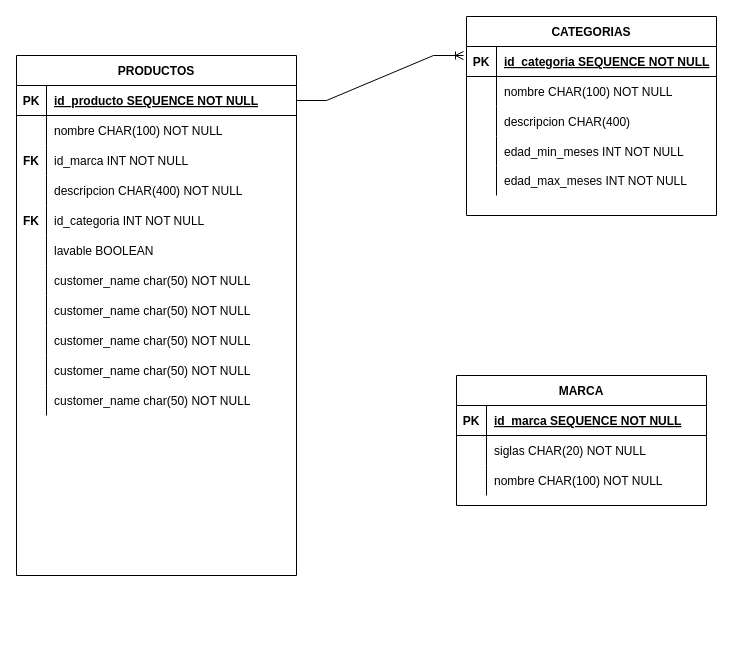
This is DALU_ER_DB.drawio from Baer09/Dalu, a draw.io file, before an edit. Source tidied: cells renumbered, new cells numbered last; positions are measured from the earlier drawing's top-left corner, leaving out a move shared by most shapes. Both pictures are drawn from the tidied source at 100%, with x=0, y=0 at pixel (16, 16).
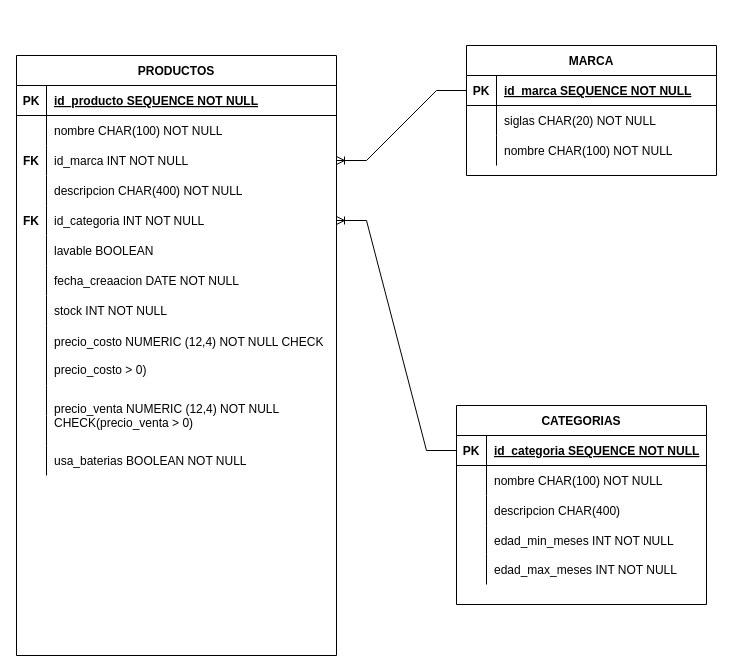
The same diagram, later.

Commit message:
diagrama ER terminado

The change refers to these unchanged cells:
```xml
<mxCell id="3" style="shape=partialRectangle;fillColor=none;points=[[0,0.5],[1,0.5]];portConstraint=eastwest;top=0;left=0;right=0;bottom=1;" parent="2" vertex="1">
  <mxGeometry y="30" width="250" height="30" as="geometry" />
</mxCell>
<mxCell id="19" style="shape=partialRectangle;fillColor=none;points=[[0,0.5],[1,0.5]];portConstraint=eastwest;top=0;left=0;right=0;bottom=1;" parent="18" vertex="1">
  <mxGeometry y="30" width="250" height="30" as="geometry" />
</mxCell>
```

The edit, as a diff of the source:
```diff
@@
     <mxCell id="2" value="CATEGORIAS" style="shape=table;startSize=30;childLayout=tableLayout;rowLines=0;fontStyle=1;align=center;" parent="1" vertex="1">
-      <mxGeometry x="450" width="250" height="199" as="geometry" />
+      <mxGeometry x="440" y="389" width="250" height="199" as="geometry" />
     </mxCell>
@@
     <mxCell id="18" value="MARCA" style="shape=table;startSize=30;childLayout=tableLayout;rowLines=0;fontStyle=1;align=center;" parent="1" vertex="1">
-      <mxGeometry x="440" y="359" width="250" height="130" as="geometry" />
+      <mxGeometry x="450" y="29" width="250" height="130" as="geometry" />
     </mxCell>
@@
     <mxCell id="28" value="PRODUCTOS" style="shape=table;startSize=30;childLayout=tableLayout;rowLines=0;fontStyle=1;align=center;" parent="1" vertex="1">
-      <mxGeometry y="39" width="280" height="520" as="geometry" />
+      <mxGeometry y="39" width="320" height="600" as="geometry" />
     </mxCell>
     <mxCell id="29" style="shape=partialRectangle;fillColor=none;points=[[0,0.5],[1,0.5]];portConstraint=eastwest;top=0;left=0;right=0;bottom=1;" parent="28" vertex="1">
-      <mxGeometry y="30" width="280" height="30" as="geometry" />
+      <mxGeometry y="30" width="320" height="30" as="geometry" />
     </mxCell>
@@
     <mxCell id="31" value="id_producto SEQUENCE NOT NULL" style="shape=partialRectangle;overflow=hidden;fillColor=none;top=0;left=0;bottom=0;right=0;align=left;spacingLeft=6;fontStyle=5;" parent="29" vertex="1">
-      <mxGeometry x="30" width="250" height="30" as="geometry" />
+      <mxGeometry x="30" width="290" height="30" as="geometry" />
     </mxCell>
     <mxCell id="32" style="shape=partialRectangle;fillColor=none;top=0;left=0;right=0;bottom=0;" parent="28" vertex="1">
-      <mxGeometry y="60" width="280" height="30" as="geometry" />
+      <mxGeometry y="60" width="320" height="30" as="geometry" />
     </mxCell>
@@
     <mxCell id="34" value="nombre CHAR(100) NOT NULL" style="shape=partialRectangle;overflow=hidden;fillColor=none;top=0;left=0;bottom=0;right=0;align=left;spacingLeft=6;" parent="32" vertex="1">
-      <mxGeometry x="30" width="250" height="30" as="geometry" />
+      <mxGeometry x="30" width="290" height="30" as="geometry" />
     </mxCell>
     <mxCell id="35" style="shape=partialRectangle;fillColor=none;points=[[0,0.5],[1,0.5]];portConstraint=eastwest;top=0;left=0;right=0;bottom=0;" parent="28" vertex="1">
-      <mxGeometry y="90" width="280" height="30" as="geometry" />
+      <mxGeometry y="90" width="320" height="30" as="geometry" />
     </mxCell>
@@
     <mxCell id="37" value="id_marca INT NOT NULL" style="shape=partialRectangle;overflow=hidden;fillColor=none;top=0;left=0;bottom=0;right=0;align=left;spacingLeft=6;" parent="35" vertex="1">
-      <mxGeometry x="30" width="250" height="30" as="geometry" />
+      <mxGeometry x="30" width="290" height="30" as="geometry" />
     </mxCell>
     <mxCell id="38" style="shape=partialRectangle;fillColor=none;top=0;left=0;right=0;bottom=0;" parent="28" vertex="1">
-      <mxGeometry y="120" width="280" height="30" as="geometry" />
+      <mxGeometry y="120" width="320" height="30" as="geometry" />
     </mxCell>
@@
     <mxCell id="40" value="descripcion CHAR(400) NOT NULL" style="shape=partialRectangle;overflow=hidden;fillColor=none;top=0;left=0;bottom=0;right=0;align=left;spacingLeft=6;" parent="38" vertex="1">
-      <mxGeometry x="30" width="250" height="30" as="geometry" />
+      <mxGeometry x="30" width="290" height="30" as="geometry" />
     </mxCell>
     <mxCell id="41" style="shape=partialRectangle;fillColor=none;points=[[0,0.5],[1,0.5]];portConstraint=eastwest;top=0;left=0;right=0;bottom=0;" parent="28" vertex="1">
-      <mxGeometry y="150" width="280" height="30" as="geometry" />
+      <mxGeometry y="150" width="320" height="30" as="geometry" />
     </mxCell>
@@
     <mxCell id="43" value="id_categoria INT NOT NULL" style="shape=partialRectangle;overflow=hidden;fillColor=none;top=0;left=0;bottom=0;right=0;align=left;spacingLeft=6;" parent="41" vertex="1">
-      <mxGeometry x="30" width="250" height="30" as="geometry" />
+      <mxGeometry x="30" width="290" height="30" as="geometry" />
     </mxCell>
     <mxCell id="44" style="shape=partialRectangle;fillColor=none;top=0;left=0;right=0;bottom=0;" parent="28" vertex="1">
-      <mxGeometry y="180" width="280" height="30" as="geometry" />
+      <mxGeometry y="180" width="320" height="30" as="geometry" />
     </mxCell>
@@
     <mxCell id="46" value="lavable BOOLEAN" style="shape=partialRectangle;overflow=hidden;fillColor=none;top=0;left=0;bottom=0;right=0;align=left;spacingLeft=6;" parent="44" vertex="1">
-      <mxGeometry x="30" width="250" height="30" as="geometry" />
+      <mxGeometry x="30" width="290" height="30" as="geometry" />
     </mxCell>
     <mxCell id="47" style="shape=partialRectangle;fillColor=none;top=0;left=0;right=0;bottom=0;" parent="28" vertex="1">
-      <mxGeometry y="210" width="280" height="30" as="geometry" />
+      <mxGeometry y="210" width="320" height="30" as="geometry" />
     </mxCell>
@@
-    <mxCell id="49" value="customer_name char(50) NOT NULL" style="shape=partialRectangle;overflow=hidden;fillColor=none;top=0;left=0;bottom=0;right=0;align=left;spacingLeft=6;" parent="47" vertex="1">
-      <mxGeometry x="30" width="250" height="30" as="geometry" />
+    <mxCell id="49" value="fecha_creaacion DATE NOT NULL" style="shape=partialRectangle;overflow=hidden;fillColor=none;top=0;left=0;bottom=0;right=0;align=left;spacingLeft=6;" parent="47" vertex="1">
+      <mxGeometry x="30" width="290" height="30" as="geometry" />
     </mxCell>
     <mxCell id="50" style="shape=partialRectangle;fillColor=none;top=0;left=0;right=0;bottom=0;" parent="28" vertex="1">
-      <mxGeometry y="240" width="280" height="30" as="geometry" />
+      <mxGeometry y="240" width="320" height="30" as="geometry" />
     </mxCell>
@@
-    <mxCell id="52" value="customer_name char(50) NOT NULL" style="shape=partialRectangle;overflow=hidden;fillColor=none;top=0;left=0;bottom=0;right=0;align=left;spacingLeft=6;" parent="50" vertex="1">
-      <mxGeometry x="30" width="250" height="30" as="geometry" />
+    <mxCell id="52" value="stock INT NOT NULL" style="shape=partialRectangle;overflow=hidden;fillColor=none;top=0;left=0;bottom=0;right=0;align=left;spacingLeft=6;" parent="50" vertex="1">
+      <mxGeometry x="30" width="290" height="30" as="geometry" />
     </mxCell>
     <mxCell id="53" style="shape=partialRectangle;fillColor=none;top=0;left=0;right=0;bottom=0;" parent="28" vertex="1">
-      <mxGeometry y="270" width="280" height="30" as="geometry" />
+      <mxGeometry y="270" width="320" height="60" as="geometry" />
     </mxCell>
     <mxCell id="54" style="shape=partialRectangle;overflow=hidden;fillColor=none;top=0;left=0;bottom=0;right=0;" parent="53" vertex="1">
-      <mxGeometry width="30" height="30" as="geometry" />
+      <mxGeometry width="30" height="60" as="geometry" />
     </mxCell>
-    <mxCell id="55" value="customer_name char(50) NOT NULL" style="shape=partialRectangle;overflow=hidden;fillColor=none;top=0;left=0;bottom=0;right=0;align=left;spacingLeft=6;" parent="53" vertex="1">
-      <mxGeometry x="30" width="250" height="30" as="geometry" />
+    <mxCell id="55" value="precio_costo NUMERIC (12,4) NOT NULL CHECK&#10;&#10;precio_costo &gt; 0)" style="shape=partialRectangle;overflow=hidden;fillColor=none;top=0;left=0;bottom=0;right=0;align=left;spacingLeft=6;" parent="53" vertex="1">
+      <mxGeometry x="30" width="290" height="60" as="geometry" />
     </mxCell>
     <mxCell id="56" style="shape=partialRectangle;fillColor=none;top=0;left=0;right=0;bottom=0;" parent="28" vertex="1">
-      <mxGeometry y="300" width="280" height="30" as="geometry" />
+      <mxGeometry y="330" width="320" height="30" as="geometry" />
     </mxCell>
@@
-    <mxCell id="58" value="customer_name char(50) NOT NULL" style="shape=partialRectangle;overflow=hidden;fillColor=none;top=0;left=0;bottom=0;right=0;align=left;spacingLeft=6;" parent="56" vertex="1">
-      <mxGeometry x="30" width="250" height="30" as="geometry" />
+    <mxCell id="58" style="shape=partialRectangle;overflow=hidden;fillColor=none;top=0;left=0;bottom=0;right=0;align=left;spacingLeft=6;" parent="56" vertex="1">
+      <mxGeometry x="30" width="290" height="30" as="geometry" />
     </mxCell>
     <mxCell id="59" style="shape=partialRectangle;fillColor=none;top=0;left=0;right=0;bottom=0;" parent="28" vertex="1">
-      <mxGeometry y="330" width="280" height="30" as="geometry" />
+      <mxGeometry y="360" width="320" height="30" as="geometry" />
     </mxCell>
@@
-    <mxCell id="61" value="customer_name char(50) NOT NULL" style="shape=partialRectangle;overflow=hidden;fillColor=none;top=0;left=0;bottom=0;right=0;align=left;spacingLeft=6;" parent="59" vertex="1">
-      <mxGeometry x="30" width="250" height="30" as="geometry" />
+    <mxCell id="61" style="shape=partialRectangle;overflow=hidden;fillColor=none;top=0;left=0;bottom=0;right=0;align=left;spacingLeft=6;" parent="59" vertex="1">
+      <mxGeometry x="30" width="290" height="30" as="geometry" />
     </mxCell>
-    <mxCell id="62" style="edgeStyle=entityRelationEdgeStyle;fontSize=12;html=1;endArrow=ERoneToMany;rounded=0;exitX=1;exitY=0.5;exitDx=0;exitDy=0;entryX=-0.012;entryY=0.3;entryDx=0;entryDy=0;entryPerimeter=0;" parent="1" edge="1" source="29" target="3">
-      <mxGeometry relative="1" as="geometry" />
-    </mxCell>
+    <mxCell id="63" style="shape=partialRectangle;fillColor=none;top=0;left=0;right=0;bottom=0;" parent="28" vertex="1">
+      <mxGeometry y="390" width="320" height="30" as="geometry" />
+    </mxCell>
+    <mxCell id="64" style="shape=partialRectangle;overflow=hidden;fillColor=none;top=0;left=0;bottom=0;right=0;" parent="63" vertex="1">
+      <mxGeometry width="30" height="30" as="geometry" />
+    </mxCell>
+    <mxCell id="65" value="usa_baterias BOOLEAN NOT NULL " style="shape=partialRectangle;overflow=hidden;fillColor=none;top=0;left=0;bottom=0;right=0;align=left;spacingLeft=6;" parent="63" vertex="1">
+      <mxGeometry x="30" width="290" height="30" as="geometry" />
+    </mxCell>
+    <mxCell id="66" value="precio_venta NUMERIC (12,4) NOT NULL &#10;CHECK(precio_venta &gt; 0)" style="shape=partialRectangle;overflow=hidden;fillColor=none;top=0;left=0;bottom=0;right=0;align=left;spacingLeft=6;" parent="1" vertex="1">
+      <mxGeometry x="30" y="369" width="290" height="60" as="geometry" />
+    </mxCell>
+    <mxCell id="67" style="edgeStyle=entityRelationEdgeStyle;fontSize=12;html=1;endArrow=ERoneToMany;rounded=0;exitX=0;exitY=0.5;exitDx=0;exitDy=0;" parent="1" edge="1" source="3" target="41">
+      <mxGeometry relative="1" as="geometry" />
+    </mxCell>
+    <mxCell id="68" style="edgeStyle=entityRelationEdgeStyle;fontSize=12;html=1;endArrow=ERoneToMany;rounded=0;" parent="1" edge="1" source="19" target="35">
+      <mxGeometry relative="1" as="geometry" />
+    </mxCell>
```
